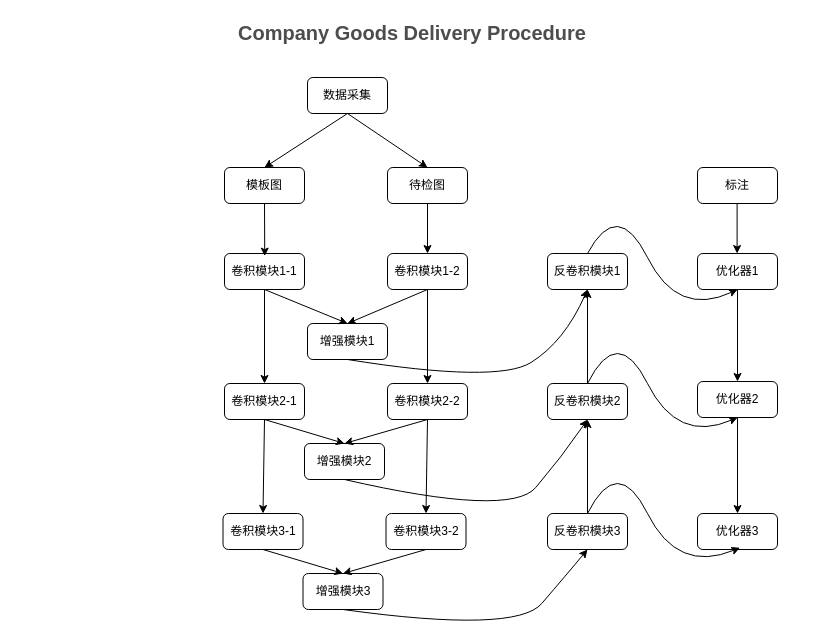
The draw.io diagram 未命名绘图.drawio in plzo/git-note, before the edit. Source tidied: cells renumbered, new cells numbered last; positions are measured from the earlier drawing's top-left corner, leaving out a move shared by most shapes. Both pictures are drawn from the tidied source at 100%, with x=0, y=0 at pixel (17, 17).
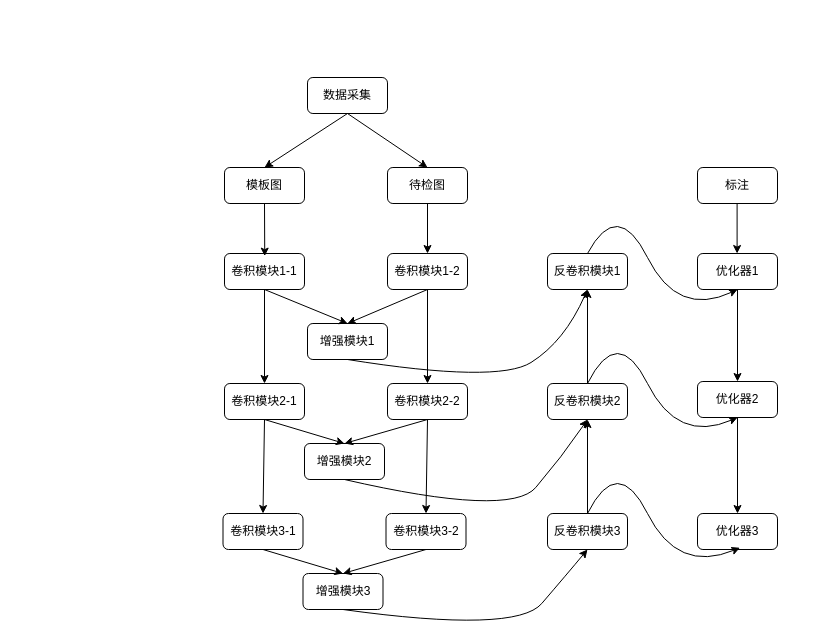
The same page after the edit.

Commit message (it also covers changes not shown here):
更新未命名绘图.drawio

Diff of the diagram source:
```diff
@@
-    <mxCell id="2" value="Company Goods Delivery Procedure" style="text;html=1;strokeColor=none;fillColor=none;align=center;verticalAlign=middle;whiteSpace=wrap;rounded=0;fontStyle=1;fontSize=20;fontColor=#4D4D4D;" parent="1" vertex="1">
-      <mxGeometry x="-0.5" width="790" height="30" as="geometry" />
-    </mxCell>
```
